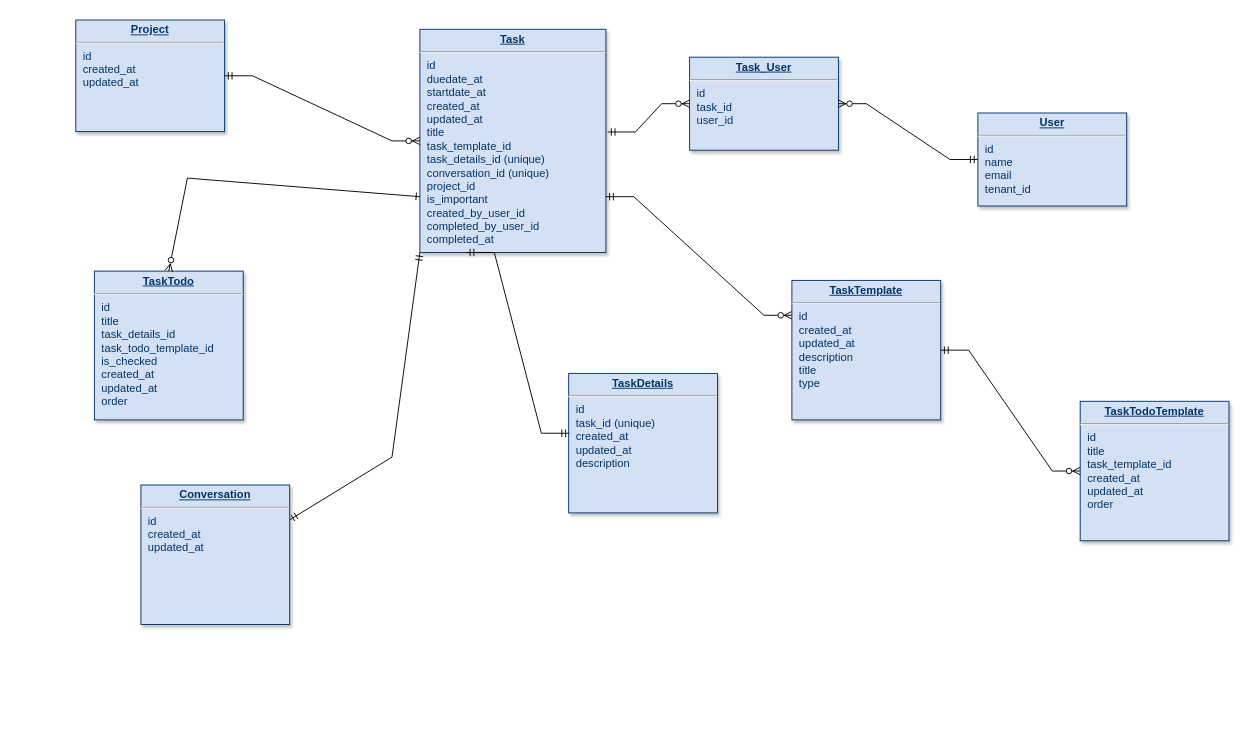
Before: tasks.drawio in sanderha/diagrams-repo, a draw.io diagram. Source tidied: cells renumbered, new cells numbered last; positions are measured from the earlier drawing's top-left corner, leaving out a move shared by most shapes. Both pictures are drawn from the tidied source at 93%, with x=0, y=0 at pixel (75, 20).
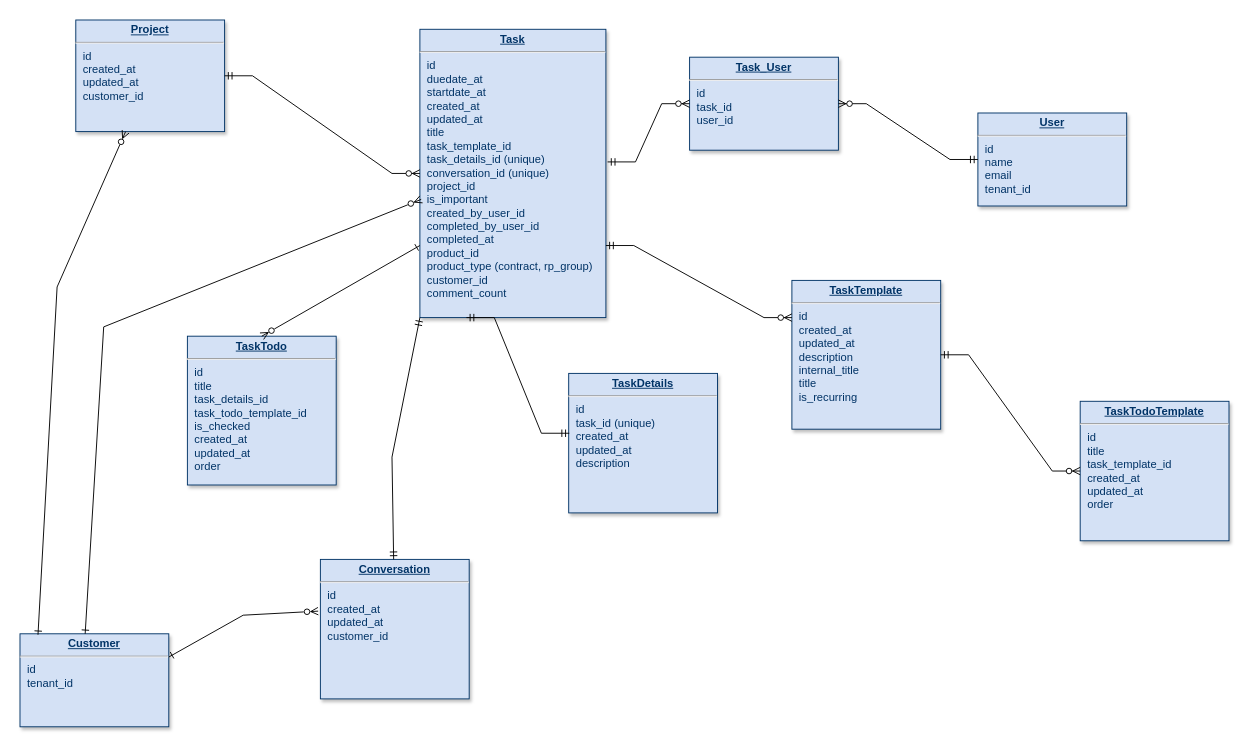
After the change.

Diff of the diagram source:
```diff
@@
-    <mxCell id="3" value="&lt;p style=&quot;margin: 0px ; margin-top: 4px ; text-align: center ; text-decoration: underline&quot;&gt;&lt;strong&gt;Task&lt;/strong&gt;&lt;/p&gt;&lt;hr&gt;&lt;p style=&quot;margin: 0px ; margin-left: 8px&quot;&gt;id&lt;/p&gt;&lt;p style=&quot;margin: 0px ; margin-left: 8px&quot;&gt;duedate_at&lt;/p&gt;&lt;p style=&quot;margin: 0px ; margin-left: 8px&quot;&gt;startdate_at&lt;/p&gt;&lt;p style=&quot;margin: 0px ; margin-left: 8px&quot;&gt;created_at&lt;/p&gt;&lt;p style=&quot;margin: 0px ; margin-left: 8px&quot;&gt;updated_at&lt;br&gt;&lt;/p&gt;&lt;p style=&quot;margin: 0px ; margin-left: 8px&quot;&gt;title&lt;/p&gt;&lt;p style=&quot;margin: 0px ; margin-left: 8px&quot;&gt;task_template_id&lt;/p&gt;&lt;p style=&quot;margin: 0px ; margin-left: 8px&quot;&gt;task_details_id (unique)&lt;br&gt;&lt;/p&gt;&lt;p style=&quot;margin: 0px ; margin-left: 8px&quot;&gt;conversation_id (unique)&lt;br&gt;&lt;/p&gt;&lt;p style=&quot;margin: 0px ; margin-left: 8px&quot;&gt;project_id&lt;br&gt;&lt;/p&gt;&lt;p style=&quot;margin: 0px ; margin-left: 8px&quot;&gt;is_important&lt;/p&gt;&lt;p style=&quot;margin: 0px ; margin-left: 8px&quot;&gt;created_by_user_id&lt;/p&gt;&lt;p style=&quot;margin: 0px ; margin-left: 8px&quot;&gt;completed_by_user_id&lt;/p&gt;&lt;p style=&quot;margin: 0px ; margin-left: 8px&quot;&gt;completed_at&lt;br&gt;&lt;/p&gt;" style="verticalAlign=top;align=left;overflow=fill;fontSize=12;fontFamily=Helvetica;html=1;strokeColor=#003366;shadow=1;fillColor=#D4E1F5;fontColor=#003366;" parent="1" vertex="1">
-      <mxGeometry x="370" y="10" width="200" height="240" as="geometry" />
+    <mxCell id="3" value="&lt;p style=&quot;margin: 0px ; margin-top: 4px ; text-align: center ; text-decoration: underline&quot;&gt;&lt;strong&gt;Task&lt;/strong&gt;&lt;/p&gt;&lt;hr&gt;&lt;p style=&quot;margin: 0px ; margin-left: 8px&quot;&gt;id&lt;/p&gt;&lt;p style=&quot;margin: 0px ; margin-left: 8px&quot;&gt;duedate_at&lt;/p&gt;&lt;p style=&quot;margin: 0px ; margin-left: 8px&quot;&gt;startdate_at&lt;/p&gt;&lt;p style=&quot;margin: 0px ; margin-left: 8px&quot;&gt;created_at&lt;/p&gt;&lt;p style=&quot;margin: 0px ; margin-left: 8px&quot;&gt;updated_at&lt;br&gt;&lt;/p&gt;&lt;p style=&quot;margin: 0px ; margin-left: 8px&quot;&gt;title&lt;/p&gt;&lt;p style=&quot;margin: 0px ; margin-left: 8px&quot;&gt;task_template_id&lt;/p&gt;&lt;p style=&quot;margin: 0px ; margin-left: 8px&quot;&gt;task_details_id (unique)&lt;br&gt;&lt;/p&gt;&lt;p style=&quot;margin: 0px ; margin-left: 8px&quot;&gt;conversation_id (unique)&lt;br&gt;&lt;/p&gt;&lt;p style=&quot;margin: 0px ; margin-left: 8px&quot;&gt;project_id&lt;br&gt;&lt;/p&gt;&lt;p style=&quot;margin: 0px ; margin-left: 8px&quot;&gt;is_important&lt;/p&gt;&lt;p style=&quot;margin: 0px ; margin-left: 8px&quot;&gt;created_by_user_id&lt;/p&gt;&lt;p style=&quot;margin: 0px ; margin-left: 8px&quot;&gt;completed_by_user_id&lt;/p&gt;&lt;p style=&quot;margin: 0px ; margin-left: 8px&quot;&gt;completed_at&lt;/p&gt;&lt;p style=&quot;margin: 0px ; margin-left: 8px&quot;&gt;product_id&lt;/p&gt;&lt;p style=&quot;margin: 0px ; margin-left: 8px&quot;&gt;product_type (contract, rp_group)&lt;/p&gt;&lt;p style=&quot;margin: 0px ; margin-left: 8px&quot;&gt;customer_id&lt;/p&gt;&lt;p style=&quot;margin: 0px ; margin-left: 8px&quot;&gt;comment_count&lt;br&gt;&lt;/p&gt;" style="verticalAlign=top;align=left;overflow=fill;fontSize=12;fontFamily=Helvetica;html=1;strokeColor=#003366;shadow=1;fillColor=#D4E1F5;fontColor=#003366;" parent="1" vertex="1">
+      <mxGeometry x="370" y="10" width="200" height="310" as="geometry" />
     </mxCell>
-    <mxCell id="4" value="&lt;p style=&quot;margin: 0px ; margin-top: 4px ; text-align: center ; text-decoration: underline&quot;&gt;&lt;strong&gt;Project&lt;/strong&gt;&lt;/p&gt;&lt;hr&gt;&lt;p style=&quot;margin: 0px ; margin-left: 8px&quot;&gt;id&lt;/p&gt;&lt;p style=&quot;margin: 0px ; margin-left: 8px&quot;&gt;created_at&lt;/p&gt;&lt;p style=&quot;margin: 0px ; margin-left: 8px&quot;&gt;updated_at&lt;br&gt;&lt;/p&gt;" style="verticalAlign=top;align=left;overflow=fill;fontSize=12;fontFamily=Helvetica;html=1;strokeColor=#003366;shadow=1;fillColor=#D4E1F5;fontColor=#003366;" parent="1" vertex="1">
+    <mxCell id="4" value="&lt;p style=&quot;margin: 0px ; margin-top: 4px ; text-align: center ; text-decoration: underline&quot;&gt;&lt;strong&gt;Project&lt;/strong&gt;&lt;/p&gt;&lt;hr&gt;&lt;p style=&quot;margin: 0px ; margin-left: 8px&quot;&gt;id&lt;/p&gt;&lt;p style=&quot;margin: 0px ; margin-left: 8px&quot;&gt;created_at&lt;/p&gt;&lt;p style=&quot;margin: 0px ; margin-left: 8px&quot;&gt;updated_at&lt;/p&gt;&lt;p style=&quot;margin: 0px ; margin-left: 8px&quot;&gt;customer_id&lt;br&gt;&lt;/p&gt;" style="verticalAlign=top;align=left;overflow=fill;fontSize=12;fontFamily=Helvetica;html=1;strokeColor=#003366;shadow=1;fillColor=#D4E1F5;fontColor=#003366;" parent="1" vertex="1">
       <mxGeometry width="160" height="120" as="geometry" />
     </mxCell>
     <mxCell id="5" value="&lt;p style=&quot;margin: 0px ; margin-top: 4px ; text-align: center ; text-decoration: underline&quot;&gt;&lt;strong&gt;TaskTodo&lt;/strong&gt;&lt;/p&gt;&lt;hr&gt;&lt;p style=&quot;margin: 0px ; margin-left: 8px&quot;&gt;id&lt;/p&gt;&lt;p style=&quot;margin: 0px ; margin-left: 8px&quot;&gt;title&lt;/p&gt;&lt;p style=&quot;margin: 0px ; margin-left: 8px&quot;&gt;task_details_id&lt;/p&gt;&lt;p style=&quot;margin: 0px ; margin-left: 8px&quot;&gt;task_todo_template_id&lt;br&gt;&lt;/p&gt;&lt;p style=&quot;margin: 0px ; margin-left: 8px&quot;&gt;is_checked&lt;/p&gt;&lt;p style=&quot;margin: 0px ; margin-left: 8px&quot;&gt;created_at&lt;/p&gt;&lt;p style=&quot;margin: 0px ; margin-left: 8px&quot;&gt;updated_at&lt;/p&gt;&lt;p style=&quot;margin: 0px ; margin-left: 8px&quot;&gt;order&lt;br&gt;&lt;/p&gt;" style="verticalAlign=top;align=left;overflow=fill;fontSize=12;fontFamily=Helvetica;html=1;strokeColor=#003366;shadow=1;fillColor=#D4E1F5;fontColor=#003366;" parent="1" vertex="1">
-      <mxGeometry x="20" y="270" width="160" height="160" as="geometry" />
+      <mxGeometry x="120" y="340" width="160" height="160" as="geometry" />
     </mxCell>
@@
-    <mxCell id="7" value="&lt;p style=&quot;margin: 0px ; margin-top: 4px ; text-align: center ; text-decoration: underline&quot;&gt;&lt;strong&gt;Conversation&lt;/strong&gt;&lt;/p&gt;&lt;hr&gt;&lt;p style=&quot;margin: 0px ; margin-left: 8px&quot;&gt;id&lt;/p&gt;&lt;p style=&quot;margin: 0px ; margin-left: 8px&quot;&gt;created_at&lt;/p&gt;&lt;p style=&quot;margin: 0px ; margin-left: 8px&quot;&gt;updated_at&lt;/p&gt;" style="verticalAlign=top;align=left;overflow=fill;fontSize=12;fontFamily=Helvetica;html=1;strokeColor=#003366;shadow=1;fillColor=#D4E1F5;fontColor=#003366;" parent="1" vertex="1">
-      <mxGeometry x="70" y="500" width="160" height="150" as="geometry" />
+    <mxCell id="7" value="&lt;p style=&quot;margin: 0px ; margin-top: 4px ; text-align: center ; text-decoration: underline&quot;&gt;&lt;strong&gt;Conversation&lt;/strong&gt;&lt;/p&gt;&lt;hr&gt;&lt;p style=&quot;margin: 0px ; margin-left: 8px&quot;&gt;id&lt;/p&gt;&lt;p style=&quot;margin: 0px ; margin-left: 8px&quot;&gt;created_at&lt;/p&gt;&lt;p style=&quot;margin: 0px ; margin-left: 8px&quot;&gt;updated_at&lt;/p&gt;&lt;p style=&quot;margin: 0px ; margin-left: 8px&quot;&gt;customer_id&lt;br&gt;&lt;/p&gt;" style="verticalAlign=top;align=left;overflow=fill;fontSize=12;fontFamily=Helvetica;html=1;strokeColor=#003366;shadow=1;fillColor=#D4E1F5;fontColor=#003366;" parent="1" vertex="1">
+      <mxGeometry x="263" y="580" width="160" height="150" as="geometry" />
     </mxCell>
-    <mxCell id="8" value="&lt;p style=&quot;margin: 0px ; margin-top: 4px ; text-align: center ; text-decoration: underline&quot;&gt;&lt;strong&gt;TaskTemplate&lt;br&gt;&lt;/strong&gt;&lt;/p&gt;&lt;hr&gt;&lt;p style=&quot;margin: 0px ; margin-left: 8px&quot;&gt;id&lt;/p&gt;&lt;p style=&quot;margin: 0px ; margin-left: 8px&quot;&gt;created_at&lt;/p&gt;&lt;p style=&quot;margin: 0px ; margin-left: 8px&quot;&gt;updated_at&lt;/p&gt;&lt;p style=&quot;margin: 0px ; margin-left: 8px&quot;&gt;description&lt;/p&gt;&lt;p style=&quot;margin: 0px ; margin-left: 8px&quot;&gt;title&lt;/p&gt;&lt;p style=&quot;margin: 0px ; margin-left: 8px&quot;&gt;type&lt;br&gt;&lt;/p&gt;" style="verticalAlign=top;align=left;overflow=fill;fontSize=12;fontFamily=Helvetica;html=1;strokeColor=#003366;shadow=1;fillColor=#D4E1F5;fontColor=#003366;" parent="1" vertex="1">
-      <mxGeometry x="770" y="280" width="160" height="150" as="geometry" />
+    <mxCell id="8" value="&lt;p style=&quot;margin: 0px ; margin-top: 4px ; text-align: center ; text-decoration: underline&quot;&gt;&lt;strong&gt;TaskTemplate&lt;br&gt;&lt;/strong&gt;&lt;/p&gt;&lt;hr&gt;&lt;p style=&quot;margin: 0px ; margin-left: 8px&quot;&gt;id&lt;/p&gt;&lt;p style=&quot;margin: 0px ; margin-left: 8px&quot;&gt;created_at&lt;/p&gt;&lt;p style=&quot;margin: 0px ; margin-left: 8px&quot;&gt;updated_at&lt;/p&gt;&lt;p style=&quot;margin: 0px ; margin-left: 8px&quot;&gt;description&lt;/p&gt;&lt;p style=&quot;margin: 0px ; margin-left: 8px&quot;&gt;internal_title&lt;br&gt;&lt;/p&gt;&lt;p style=&quot;margin: 0px ; margin-left: 8px&quot;&gt;title&lt;/p&gt;&lt;p style=&quot;margin: 0px ; margin-left: 8px&quot;&gt;is_recurring&lt;/p&gt;&lt;p style=&quot;margin: 0px ; margin-left: 8px&quot;&gt;&lt;br&gt;&lt;/p&gt;&lt;p style=&quot;margin: 0px ; margin-left: 8px&quot;&gt;&lt;br&gt;&lt;/p&gt;" style="verticalAlign=top;align=left;overflow=fill;fontSize=12;fontFamily=Helvetica;html=1;strokeColor=#003366;shadow=1;fillColor=#D4E1F5;fontColor=#003366;" parent="1" vertex="1">
+      <mxGeometry x="770" y="280" width="160" height="160" as="geometry" />
     </mxCell>
@@
     <mxCell id="17" style="endArrow=ERone;html=1;rounded=0;strokeColor=default;entryX=0;entryY=0.75;entryDx=0;entryDy=0;exitX=0.5;exitY=0;exitDx=0;exitDy=0;startArrow=ERzeroToMany;startFill=0;endFill=0;" parent="1" edge="1" source="5" target="3">
-      <mxGeometry relative="1" as="geometry">
-        <Array as="points">
-          <mxPoint x="120" y="170" />
-        </Array>
-      </mxGeometry>
+      <mxGeometry relative="1" as="geometry" />
     </mxCell>
-    <mxCell id="18" style="endArrow=ERmandOne;html=1;rounded=0;strokeColor=default;entryX=0;entryY=1;entryDx=0;entryDy=0;exitX=1;exitY=0.25;exitDx=0;exitDy=0;endFill=0;startArrow=ERmandOne;startFill=0;" parent="1" edge="1" source="7" target="3">
+    <mxCell id="18" style="endArrow=ERmandOne;html=1;rounded=0;strokeColor=default;entryX=0;entryY=1;entryDx=0;entryDy=0;endFill=0;startArrow=ERmandOne;startFill=0;" parent="1" edge="1" source="7" target="3">
       <mxGeometry relative="1" as="geometry">
         <Array as="points">
           <mxPoint x="340" y="470" />
         </Array>
       </mxGeometry>
     </mxCell>
+    <mxCell id="19" value="&lt;p style=&quot;margin: 0px ; margin-top: 4px ; text-align: center ; text-decoration: underline&quot;&gt;&lt;strong&gt;Customer&lt;/strong&gt;&lt;/p&gt;&lt;hr&gt;&lt;p style=&quot;margin: 0px ; margin-left: 8px&quot;&gt;id&lt;/p&gt;&lt;p style=&quot;margin: 0px ; margin-left: 8px&quot;&gt;tenant_id&lt;br&gt;&lt;/p&gt;" style="verticalAlign=top;align=left;overflow=fill;fontSize=12;fontFamily=Helvetica;html=1;strokeColor=#003366;shadow=1;fillColor=#D4E1F5;fontColor=#003366;" parent="1" vertex="1">
+      <mxGeometry x="-60" y="660" width="160" height="100" as="geometry" />
+    </mxCell>
+    <mxCell id="20" style="endArrow=ERone;html=1;rounded=0;strokeColor=default;startArrow=ERzeroToMany;startFill=0;endFill=0;entryX=0.438;entryY=0;entryDx=0;entryDy=0;entryPerimeter=0;exitX=0.007;exitY=0.59;exitDx=0;exitDy=0;exitPerimeter=0;" parent="1" edge="1" source="3" target="19">
+      <mxGeometry relative="1" as="geometry">
+        <Array as="points">
+          <mxPoint x="30" y="330" />
+        </Array>
+      </mxGeometry>
+    </mxCell>
+    <mxCell id="21" style="endArrow=ERone;html=1;rounded=0;strokeColor=default;startArrow=ERzeroToMany;startFill=0;endFill=0;exitX=-0.015;exitY=0.371;exitDx=0;exitDy=0;exitPerimeter=0;entryX=1;entryY=0.25;entryDx=0;entryDy=0;" parent="1" edge="1" source="7" target="19">
+      <mxGeometry relative="1" as="geometry">
+        <Array as="points">
+          <mxPoint x="180" y="640" />
+        </Array>
+      </mxGeometry>
+    </mxCell>
+    <mxCell id="22" style="endArrow=ERone;html=1;rounded=0;strokeColor=default;startArrow=ERzeroToMany;startFill=0;endFill=0;entryX=0.121;entryY=0.01;entryDx=0;entryDy=0;entryPerimeter=0;" parent="1" edge="1" source="4" target="19">
+      <mxGeometry relative="1" as="geometry">
+        <Array as="points">
+          <mxPoint x="-20.1" y="287.1" />
+        </Array>
+      </mxGeometry>
+    </mxCell>
```
